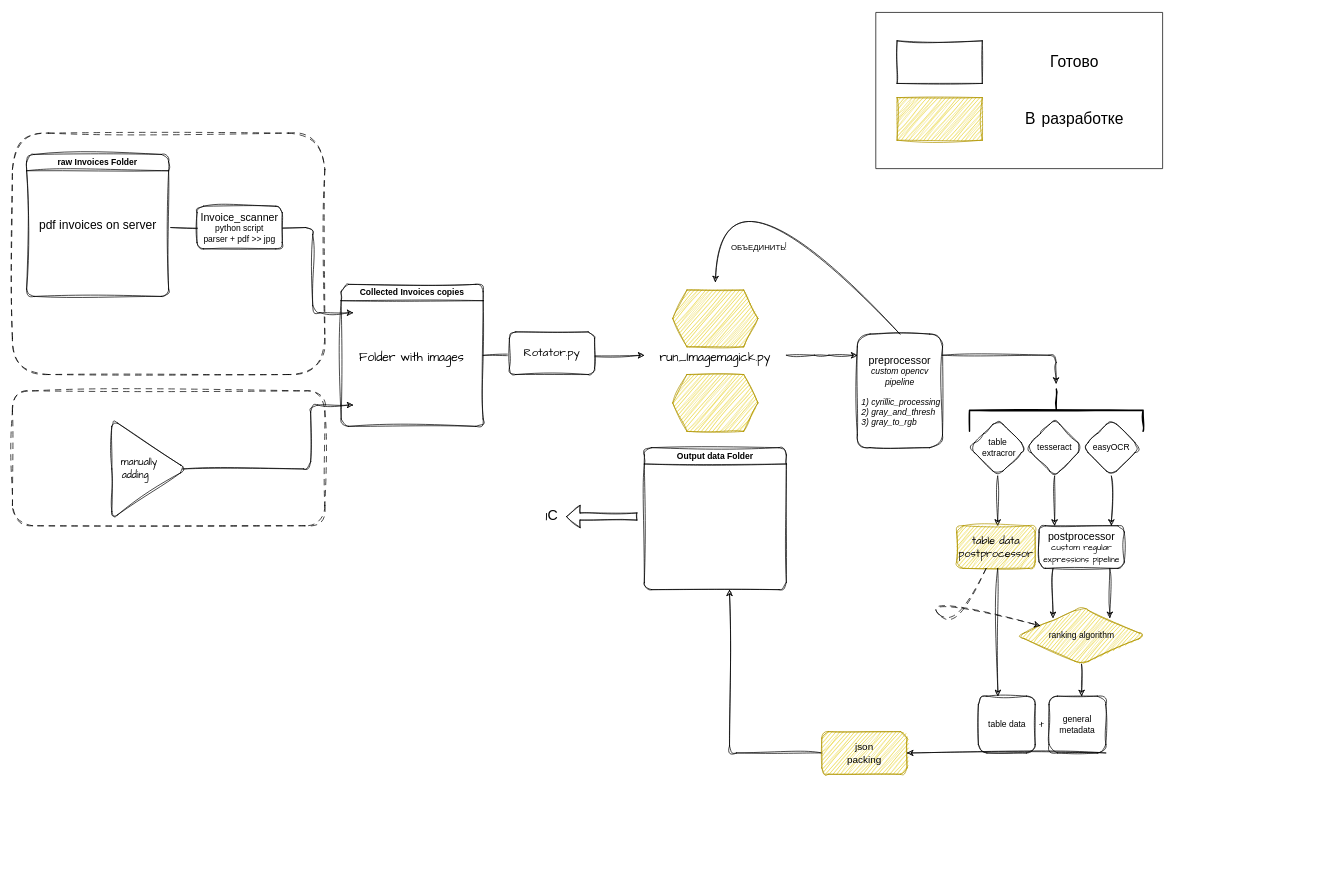
The draw.io diagram SCHEMAS/invoice.drawio in maxfil333/shared, before the edit. Source tidied: cells renumbered, new cells numbered last; positions are measured from the earlier drawing's top-left corner, leaving out a move shared by most shapes. Both pictures are drawn from the tidied source at 71%, with x=0, y=0 at pixel (12, 12).
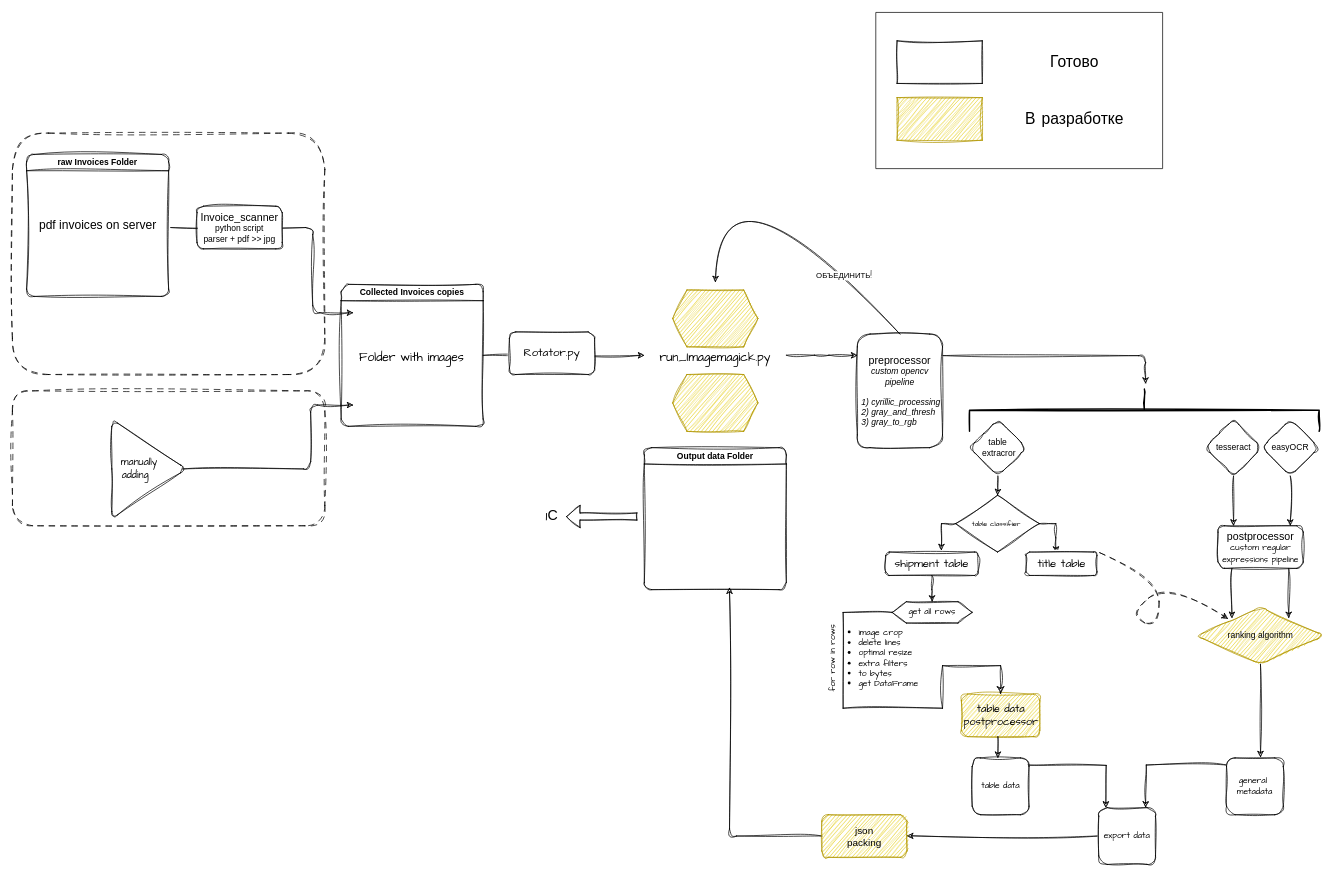
After the change.

The change refers to these unchanged cells:
```xml
<mxCell id="6" value="table&lt;div&gt;&amp;nbsp;extracror&lt;/div&gt;" style="rhombus;whiteSpace=wrap;html=1;sketch=1;curveFitting=1;jiggle=2;rounded=1;" parent="1" vertex="1">
  <mxGeometry x="1348" y="573" width="80" height="80" as="geometry" />
</mxCell>
<mxCell id="7" value="&lt;font style=&quot;font-size: 15px;&quot;&gt;preprocessor&lt;/font&gt;&lt;div&gt;&lt;i&gt;custom opencv pipeline&lt;/i&gt;&lt;/div&gt;&lt;div&gt;&lt;i&gt;&lt;br&gt;&lt;/i&gt;&lt;/div&gt;&lt;div style=&quot;text-align: left; padding-bottom: 0px; padding-left: 5px;&quot;&gt;&lt;i&gt;1) cyrillic_processing&lt;/i&gt;&lt;/div&gt;&lt;div style=&quot;text-align: left; padding-left: 5px;&quot;&gt;&lt;i&gt;2) gray_and_thresh&lt;/i&gt;&lt;/div&gt;&lt;div style=&quot;text-align: left; padding-left: 5px;&quot;&gt;&lt;i&gt;3) gray_to_rgb&lt;/i&gt;&lt;/div&gt;" style="rounded=1;whiteSpace=wrap;html=1;sketch=1;curveFitting=1;jiggle=2;" parent="1" vertex="1">
  <mxGeometry x="1190" y="453" width="120" height="160" as="geometry" />
</mxCell>
<mxCell id="19" style="curved=1;endArrow=classic;html=1;rounded=1;exitX=0.5;exitY=0;exitDx=0;exitDy=0;sketch=1;curveFitting=1;jiggle=2;" parent="1" edge="1" source="7">
  <mxGeometry relative="1" as="geometry">
    <mxPoint x="990" y="380" as="targetPoint" />
    <Array as="points">
      <mxPoint x="1000" y="183" />
    </Array>
  </mxGeometry>
</mxCell>
```

The edit, as a diff of the source:
```diff
@@
+    <mxCell id="52" value="&lt;ul&gt;&lt;li&gt;image crop&lt;/li&gt;&lt;li&gt;delete lines&lt;/li&gt;&lt;li&gt;optimal resize&lt;/li&gt;&lt;li&gt;extra filters&lt;/li&gt;&lt;li&gt;to bytes&lt;/li&gt;&lt;li&gt;get DataFrame&lt;/li&gt;&lt;/ul&gt;" style="text;html=1;align=left;verticalAlign=middle;whiteSpace=wrap;rounded=0;fontFamily=Architects Daughter;" parent="1" vertex="1">
+      <mxGeometry x="1150" y="850" width="150" height="120" as="geometry" />
+    </mxCell>
@@
     <mxCell id="5" value="tesseract" style="rhombus;whiteSpace=wrap;html=1;sketch=1;curveFitting=1;jiggle=2;rounded=1;" parent="1" vertex="1">
-      <mxGeometry x="1428" y="573" width="80" height="80" as="geometry" />
+      <mxGeometry x="1680" y="573" width="80" height="80" as="geometry" />
     </mxCell>
+    <mxCell id="53" style="edgeStyle=orthogonalEdgeStyle;rounded=0;sketch=1;hachureGap=4;jiggle=2;curveFitting=1;jettySize=auto;html=1;fontFamily=Architects Daughter;" parent="1" edge="1" source="6" target="60">
+      <mxGeometry relative="1" as="geometry" />
+    </mxCell>
@@
     <mxCell id="20" value="ОБЪЕДИНИТЬ!" style="edgeLabel;html=1;align=center;verticalAlign=middle;rounded=1;sketch=1;curveFitting=1;jiggle=2;fontFamily=Comic Sans MS;" parent="19" vertex="1">
       <mxGeometry x="0.3" y="81" relative="1" as="geometry">
-        <mxPoint x="109" y="92" as="offset" />
+        <mxPoint x="229" y="132" as="offset" />
       </mxGeometry>
     </mxCell>
     <mxCell id="21" value="easyOCR" style="rhombus;whiteSpace=wrap;html=1;sketch=1;curveFitting=1;jiggle=2;rounded=1;" parent="1" vertex="1">
-      <mxGeometry x="1508" y="573" width="80" height="80" as="geometry" />
+      <mxGeometry x="1760" y="573" width="80" height="80" as="geometry" />
     </mxCell>
     <mxCell id="22" value="&lt;font style=&quot;font-size: 15px;&quot;&gt;postprocessor&lt;/font&gt;&lt;div&gt;&lt;font face=&quot;Comic Sans MS&quot;&gt;custom regular expressions pipeline&lt;/font&gt;&lt;/div&gt;" style="rounded=1;whiteSpace=wrap;html=1;sketch=1;curveFitting=1;jiggle=2;" parent="1" vertex="1">
-      <mxGeometry x="1446" y="723" width="120" height="60" as="geometry" />
+      <mxGeometry x="1698" y="723" width="120" height="60" as="geometry" />
     </mxCell>
     <mxCell id="23" style="endArrow=classic;html=1;rounded=1;exitX=0.5;exitY=1;exitDx=0;exitDy=0;entryX=0.917;entryY=0;entryDx=0;entryDy=0;entryPerimeter=0;sketch=1;curveFitting=1;jiggle=2;" parent="1" edge="1">
       <mxGeometry relative="1" as="geometry">
-        <mxPoint x="1467.9" y="653" as="sourcePoint" />
-        <mxPoint x="1467.9" y="723" as="targetPoint" />
+        <mxPoint x="1719.9" y="653" as="sourcePoint" />
+        <mxPoint x="1719.9" y="723" as="targetPoint" />
       </mxGeometry>
     </mxCell>
     <mxCell id="24" style="endArrow=classic;html=1;rounded=1;exitX=0.5;exitY=1;exitDx=0;exitDy=0;entryX=0.917;entryY=0;entryDx=0;entryDy=0;entryPerimeter=0;sketch=1;curveFitting=1;jiggle=2;" parent="1" edge="1">
       <mxGeometry relative="1" as="geometry">
-        <mxPoint x="1547.8" y="653" as="sourcePoint" />
-        <mxPoint x="1547.8" y="723" as="targetPoint" />
+        <mxPoint x="1799.8" y="653" as="sourcePoint" />
+        <mxPoint x="1799.8" y="723" as="targetPoint" />
       </mxGeometry>
     </mxCell>
     <mxCell id="25" value="ranking algorithm" style="rhombus;whiteSpace=wrap;html=1;sketch=1;curveFitting=1;jiggle=2;rounded=1;fillColor=#e3c800;strokeColor=#B09500;fontColor=#000000;" parent="1" vertex="1">
-      <mxGeometry x="1416" y="838" width="180" height="80" as="geometry" />
+      <mxGeometry x="1668" y="838" width="180" height="80" as="geometry" />
     </mxCell>
     <mxCell id="26" style="endArrow=classic;html=1;rounded=1;exitX=0.5;exitY=1;exitDx=0;exitDy=0;entryX=0.917;entryY=0;entryDx=0;entryDy=0;entryPerimeter=0;sketch=1;curveFitting=1;jiggle=2;" parent="1" edge="1">
       <mxGeometry relative="1" as="geometry">
-        <mxPoint x="1465.6" y="783" as="sourcePoint" />
-        <mxPoint x="1465.6" y="853" as="targetPoint" />
+        <mxPoint x="1717.6" y="783" as="sourcePoint" />
+        <mxPoint x="1717.6" y="853" as="targetPoint" />
       </mxGeometry>
     </mxCell>
     <mxCell id="27" style="endArrow=classic;html=1;rounded=1;exitX=0.5;exitY=1;exitDx=0;exitDy=0;entryX=0.917;entryY=0;entryDx=0;entryDy=0;entryPerimeter=0;sketch=1;curveFitting=1;jiggle=2;" parent="1" edge="1">
       <mxGeometry relative="1" as="geometry">
-        <mxPoint x="1545.6" y="783" as="sourcePoint" />
-        <mxPoint x="1545.6" y="853" as="targetPoint" />
+        <mxPoint x="1797.6" y="783" as="sourcePoint" />
+        <mxPoint x="1797.6" y="853" as="targetPoint" />
       </mxGeometry>
     </mxCell>
     <mxCell id="28" style="strokeWidth=2;html=1;shape=mxgraph.flowchart.annotation_2;align=left;labelPosition=right;rotation=90;sketch=1;curveFitting=1;jiggle=2;rounded=1;" parent="1" vertex="1">
-      <mxGeometry x="1440.5" y="438" width="59.5" height="244.5" as="geometry" />
+      <mxGeometry x="1564.5" y="314" width="59.5" height="492.5" as="geometry" />
     </mxCell>
@@
-    <mxCell id="30" style="endArrow=classic;html=1;rounded=1;edgeStyle=elbowEdgeStyle;sketch=1;curveFitting=1;jiggle=2;" parent="1" edge="1">
+    <mxCell id="30" style="endArrow=classic;html=1;rounded=1;edgeStyle=elbowEdgeStyle;sketch=1;curveFitting=1;jiggle=2;exitX=1.007;exitY=0.19;exitDx=0;exitDy=0;exitPerimeter=0;" parent="1" edge="1" source="7">
       <mxGeometry relative="1" as="geometry">
-        <mxPoint x="1310" y="482.8" as="sourcePoint" />
-        <mxPoint x="1470" y="523" as="targetPoint" />
+        <mxPoint x="1596" y="523" as="targetPoint" />
         <Array as="points">
-          <mxPoint x="1470" y="483" />
+          <mxPoint x="1596" y="483" />
         </Array>
       </mxGeometry>
     </mxCell>
-    <mxCell id="31" style="endArrow=classic;html=1;rounded=1;exitX=0.5;exitY=1;exitDx=0;exitDy=0;sketch=1;curveFitting=1;jiggle=2;" parent="1" edge="1">
+    <mxCell id="31" style="endArrow=classic;html=1;rounded=1;exitX=0.5;exitY=1;exitDx=0;exitDy=0;sketch=1;curveFitting=1;jiggle=2;entryX=0.599;entryY=-0.012;entryDx=0;entryDy=0;entryPerimeter=0;" parent="1" edge="1" target="32">
       <mxGeometry relative="1" as="geometry">
-        <mxPoint x="1505.8" y="918" as="sourcePoint" />
-        <mxPoint x="1506" y="963" as="targetPoint" />
+        <mxPoint x="1757.8" y="918" as="sourcePoint" />
       </mxGeometry>
     </mxCell>
-    <mxCell id="32" value="general metadata" style="whiteSpace=wrap;html=1;sketch=1;curveFitting=1;jiggle=2;rounded=1;" parent="1" vertex="1">
-      <mxGeometry x="1460" y="963" width="80" height="80" as="geometry" />
-    </mxCell>
-    <mxCell id="33" style="endArrow=classic;html=1;rounded=1;exitX=0.5;exitY=1;exitDx=0;exitDy=0;entryX=0.917;entryY=0;entryDx=0;entryDy=0;entryPerimeter=0;sketch=1;curveFitting=1;jiggle=2;" parent="1" edge="1">
-      <mxGeometry relative="1" as="geometry">
-        <mxPoint x="1387.7" y="653" as="sourcePoint" />
-        <mxPoint x="1387.7" y="723" as="targetPoint" />
-      </mxGeometry>
-    </mxCell>
+    <mxCell id="54" style="edgeStyle=orthogonalEdgeStyle;rounded=0;sketch=1;hachureGap=4;jiggle=2;curveFitting=1;orthogonalLoop=1;jettySize=auto;html=1;fontFamily=Architects Daughter;" parent="1" edge="1">
+      <mxGeometry relative="1" as="geometry">
+        <mxPoint x="1710" y="1060" as="sourcePoint" />
+        <mxPoint x="1596" y="1120" as="targetPoint" />
+        <Array as="points">
+          <mxPoint x="1597" y="1060" />
+          <mxPoint x="1597" y="1120" />
+        </Array>
+      </mxGeometry>
+    </mxCell>
     <mxCell id="34" value="&lt;font face=&quot;Comic Sans MS&quot; style=&quot;font-size: 15px;&quot;&gt;table data postprocessor&lt;/font&gt;" style="rounded=1;whiteSpace=wrap;html=1;sketch=1;curveFitting=1;jiggle=2;fillColor=#e3c800;strokeColor=#B09500;fontColor=#000000;" parent="1" vertex="1">
-      <mxGeometry x="1330" y="723" width="110.5" height="60" as="geometry" />
+      <mxGeometry x="1336.5" y="960" width="110.5" height="60" as="geometry" />
     </mxCell>
-    <mxCell id="35" style="endArrow=classic;html=1;rounded=1;exitX=0.5;exitY=1;exitDx=0;exitDy=0;sketch=1;curveFitting=1;jiggle=2;" parent="1" edge="1">
-      <mxGeometry relative="1" as="geometry">
-        <mxPoint x="1387.7" y="783" as="sourcePoint" />
-        <mxPoint x="1388" y="963" as="targetPoint" />
-      </mxGeometry>
-    </mxCell>
-    <mxCell id="36" value="table data" style="whiteSpace=wrap;html=1;sketch=1;curveFitting=1;jiggle=2;rounded=1;" parent="1" vertex="1">
-      <mxGeometry x="1360.5" y="963" width="80" height="80" as="geometry" />
-    </mxCell>
+    <mxCell id="55" style="edgeStyle=orthogonalEdgeStyle;rounded=0;sketch=1;hachureGap=4;jiggle=2;curveFitting=1;orthogonalLoop=1;jettySize=auto;html=1;fontFamily=Architects Daughter;" parent="1" edge="1">
+      <mxGeometry relative="1" as="geometry">
+        <mxPoint x="1428" y="1060" as="sourcePoint" />
+        <mxPoint x="1540" y="1120" as="targetPoint" />
+      </mxGeometry>
+    </mxCell>
+    <mxCell id="56" style="edgeStyle=orthogonalEdgeStyle;rounded=0;sketch=1;hachureGap=4;jiggle=2;curveFitting=1;orthogonalLoop=1;jettySize=auto;html=1;fontFamily=Architects Daughter;" parent="1" edge="1">
+      <mxGeometry relative="1" as="geometry">
+        <mxPoint x="1388" y="1020" as="sourcePoint" />
+        <mxPoint x="1388" y="1050" as="targetPoint" />
+      </mxGeometry>
+    </mxCell>
-    <mxCell id="37" style="curved=1;endArrow=classic;html=1;rounded=1;dashed=1;dashPattern=8 8;sketch=1;curveFitting=1;jiggle=2;" parent="1" edge="1" source="34" target="25">
+    <mxCell id="37" style="curved=1;endArrow=classic;html=1;rounded=1;dashed=1;dashPattern=8 8;sketch=1;curveFitting=1;jiggle=2;exitX=1.038;exitY=0.027;exitDx=0;exitDy=0;exitPerimeter=0;" parent="1" edge="1" source="61">
       <mxGeometry relative="1" as="geometry">
+        <mxPoint x="1712" y="854" as="targetPoint" />
         <Array as="points">
-          <mxPoint x="1330" y="873" />
-          <mxPoint x="1280" y="823" />
+          <mxPoint x="1610" y="790" />
+          <mxPoint x="1620" y="870" />
+          <mxPoint x="1570" y="850" />
+          <mxPoint x="1630" y="800" />
         </Array>
       </mxGeometry>
     </mxCell>
     <mxCell id="38" style="endArrow=classic;html=1;rounded=1;sketch=1;curveFitting=1;jiggle=2;exitX=0;exitY=0.5;exitDx=0;exitDy=0;" parent="1" edge="1" source="41">
       <mxGeometry relative="1" as="geometry">
-        <mxPoint x="1010" y="813" as="targetPoint" />
+        <mxPoint x="1010" y="810" as="targetPoint" />
         <Array as="points">
-          <mxPoint x="1010" y="1043" />
+          <mxPoint x="1010" y="1160" />
         </Array>
       </mxGeometry>
     </mxCell>
@@
+    <mxCell id="57" style="edgeStyle=orthogonalEdgeStyle;rounded=0;sketch=1;hachureGap=4;jiggle=2;curveFitting=1;orthogonalLoop=1;jettySize=auto;html=1;fontFamily=Architects Daughter;" parent="1" edge="1">
+      <mxGeometry relative="1" as="geometry">
+        <mxPoint x="1534" y="1159.7" as="sourcePoint" />
+        <mxPoint x="1260" y="1159.7" as="targetPoint" />
+      </mxGeometry>
+    </mxCell>
     <mxCell id="41" value="&lt;font style=&quot;font-size: 14px;&quot;&gt;json&lt;/font&gt;&lt;div style=&quot;font-size: 14px;&quot;&gt;&lt;font style=&quot;font-size: 14px;&quot;&gt;packing&lt;/font&gt;&lt;/div&gt;" style="rounded=1;whiteSpace=wrap;html=1;sketch=1;curveFitting=1;jiggle=2;fillColor=#e3c800;strokeColor=#B09500;fontColor=#000000;" parent="1" vertex="1">
-      <mxGeometry x="1140" y="1013" width="120" height="60" as="geometry" />
+      <mxGeometry x="1140" y="1130" width="120" height="60" as="geometry" />
     </mxCell>
-    <mxCell id="42" style="endArrow=classic;html=1;rounded=1;sketch=1;curveFitting=1;jiggle=2;entryX=1;entryY=0.5;entryDx=0;entryDy=0;exitX=1;exitY=1;exitDx=0;exitDy=0;" parent="1" edge="1" source="32" target="41">
-      <mxGeometry relative="1" as="geometry" />
-    </mxCell>
@@
-    <mxCell id="51" value="&lt;font face=&quot;Comic Sans MS&quot; style=&quot;font-size: 14px;&quot;&gt;+&lt;/font&gt;" style="text;html=1;align=center;verticalAlign=middle;whiteSpace=wrap;rounded=0;" parent="1" vertex="1">
-      <mxGeometry x="1420" y="988" width="60" height="30" as="geometry" />
-    </mxCell>
+    <mxCell id="58" style="edgeStyle=orthogonalEdgeStyle;rounded=0;sketch=1;hachureGap=4;jiggle=2;curveFitting=1;jettySize=auto;html=1;fontFamily=Architects Daughter;" parent="1" edge="1" source="60">
+      <mxGeometry relative="1" as="geometry">
+        <mxPoint x="1308.5" y="757" as="targetPoint" />
+      </mxGeometry>
+    </mxCell>
+    <mxCell id="59" style="edgeStyle=orthogonalEdgeStyle;rounded=0;sketch=1;hachureGap=4;jiggle=2;curveFitting=1;jettySize=auto;html=1;fontFamily=Architects Daughter;entryX=0.424;entryY=0.032;entryDx=0;entryDy=0;entryPerimeter=0;" parent="1" edge="1" source="60" target="61">
+      <mxGeometry relative="1" as="geometry">
+        <Array as="points">
+          <mxPoint x="1469.5" y="720" />
+          <mxPoint x="1469.5" y="740" />
+          <mxPoint x="1469.5" y="740" />
+        </Array>
+      </mxGeometry>
+    </mxCell>
+    <mxCell id="60" value="&lt;font style=&quot;font-size: 10px;&quot; face=&quot;Comic Sans MS&quot;&gt;table classifier&amp;nbsp;&lt;/font&gt;" style="rhombus;whiteSpace=wrap;html=1;sketch=1;curveFitting=1;jiggle=2;" parent="1" vertex="1">
+      <mxGeometry x="1328.5" y="680" width="118" height="80" as="geometry" />
+    </mxCell>
+    <mxCell id="61" value="&lt;font style=&quot;font-size: 16px;&quot;&gt;title&amp;nbsp;&lt;/font&gt;&lt;span style=&quot;font-size: 16px; background-color: initial;&quot;&gt;table&lt;/span&gt;" style="rounded=1;whiteSpace=wrap;html=1;sketch=1;hachureGap=4;jiggle=2;curveFitting=1;fontFamily=Architects Daughter;align=center;" parent="1" vertex="1">
+      <mxGeometry x="1427.5" y="760" width="100" height="33" as="geometry" />
+    </mxCell>
+    <mxCell id="62" style="edgeStyle=orthogonalEdgeStyle;rounded=0;sketch=1;hachureGap=4;jiggle=2;curveFitting=1;jettySize=auto;html=1;entryX=0.5;entryY=0;entryDx=0;entryDy=0;fontFamily=Architects Daughter;" parent="1" edge="1" source="63" target="65">
+      <mxGeometry relative="1" as="geometry" />
+    </mxCell>
+    <mxCell id="63" value="&lt;font style=&quot;font-size: 16px;&quot;&gt;shipment&amp;nbsp;&lt;/font&gt;&lt;span style=&quot;background-color: initial; font-size: 16px;&quot;&gt;table&lt;/span&gt;" style="rounded=1;whiteSpace=wrap;html=1;sketch=1;hachureGap=4;jiggle=2;curveFitting=1;fontFamily=Architects Daughter;align=center;" parent="1" vertex="1">
+      <mxGeometry x="1230" y="760" width="130" height="33" as="geometry" />
+    </mxCell>
+    <mxCell id="64" value="export data" style="whiteSpace=wrap;html=1;sketch=1;hachureGap=4;jiggle=2;curveFitting=1;fontFamily=Architects Daughter;rounded=1;" parent="1" vertex="1">
+      <mxGeometry x="1530" y="1120" width="80" height="80" as="geometry" />
+    </mxCell>
+    <mxCell id="36" value="table data" style="whiteSpace=wrap;html=1;sketch=1;hachureGap=4;jiggle=2;curveFitting=1;fontFamily=Architects Daughter;rounded=1;" parent="1" vertex="1">
+      <mxGeometry x="1351.8" y="1050" width="80" height="80" as="geometry" />
+    </mxCell>
+    <mxCell id="32" value="general&amp;nbsp;&lt;div&gt;metadata&lt;/div&gt;" style="whiteSpace=wrap;html=1;sketch=1;hachureGap=4;jiggle=2;curveFitting=1;fontFamily=Architects Daughter;rounded=1;" parent="1" vertex="1">
+      <mxGeometry x="1710" y="1050" width="80" height="80" as="geometry" />
+    </mxCell>
+    <mxCell id="65" value="get all rows" style="shape=hexagon;perimeter=hexagonPerimeter2;whiteSpace=wrap;html=1;fixedSize=1;sketch=1;hachureGap=4;jiggle=2;curveFitting=1;fontFamily=Architects Daughter;" parent="1" vertex="1">
+      <mxGeometry x="1239" y="830" width="112.8" height="30" as="geometry" />
+    </mxCell>
+    <mxCell id="66" value="for row in rows" style="text;html=1;align=center;verticalAlign=middle;strokeColor=none;fillColor=none;fontFamily=Architects Daughter;rotation=-90;" parent="1" vertex="1">
+      <mxGeometry x="1096" y="895" width="120" height="30" as="geometry" />
+    </mxCell>
+    <mxCell id="67" style="edgeStyle=segmentEdgeStyle;endArrow=classic;html=1;curved=0;rounded=0;endSize=8;startSize=8;sourcePerimeterSpacing=0;targetPerimeterSpacing=0;sketch=1;hachureGap=4;jiggle=2;curveFitting=1;fontFamily=Architects Daughter;exitX=-0.003;exitY=0.503;exitDx=0;exitDy=0;exitPerimeter=0;entryX=0.5;entryY=0;entryDx=0;entryDy=0;" parent="1" edge="1" source="65" target="34">
+      <mxGeometry relative="1" as="geometry">
+        <Array as="points">
+          <mxPoint x="1170" y="845" />
+          <mxPoint x="1170" y="980" />
+          <mxPoint x="1310" y="980" />
+          <mxPoint x="1310" y="920" />
+          <mxPoint x="1392" y="920" />
+        </Array>
+      </mxGeometry>
+    </mxCell>
```
